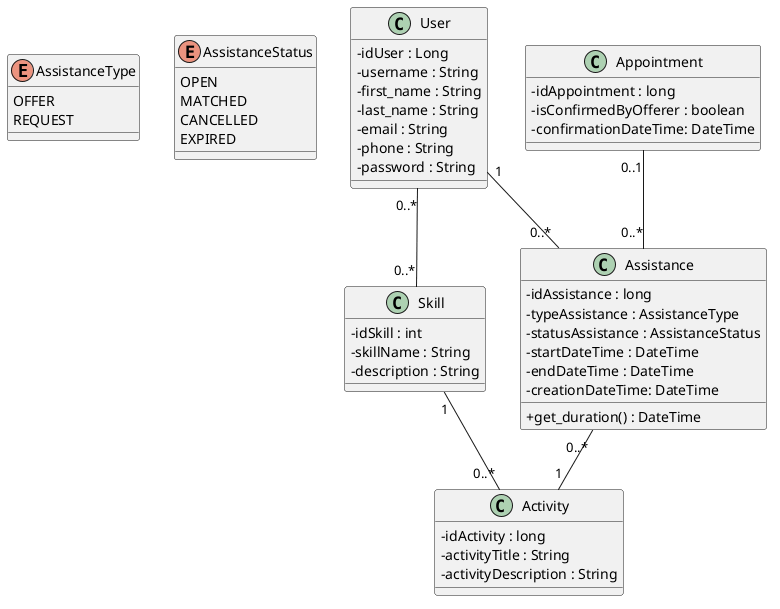
Above: Modelisation/02_CLASS_DIAGRAM/02_Class_Digram.png in albanmartel/SkillsExchange (PlantUML), before the change.
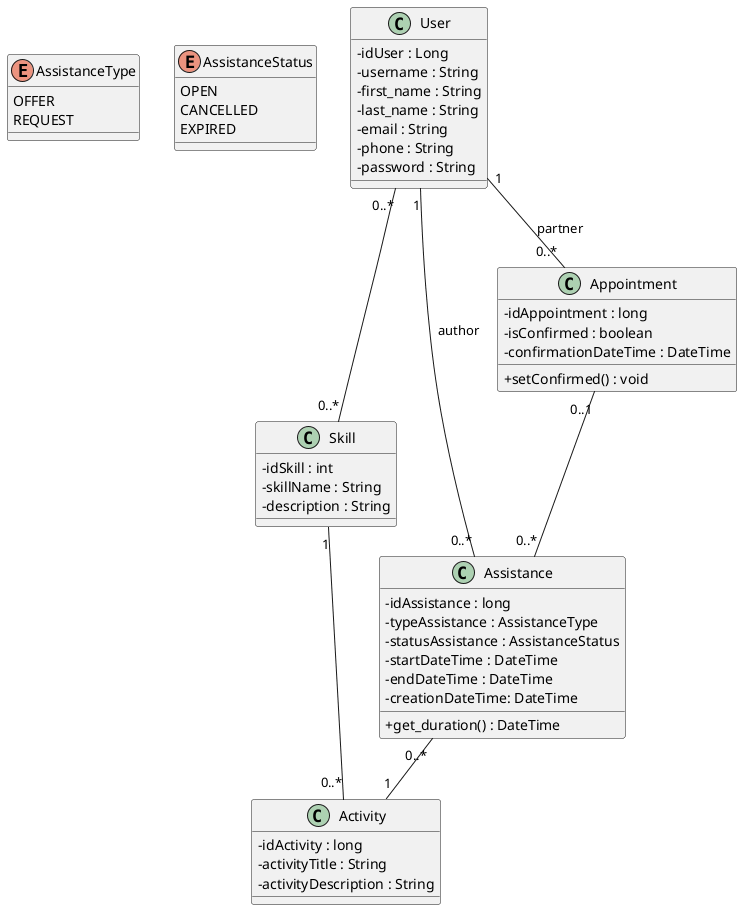
Above is the later version.

Commit message:
CREATE '02_Class_Digram' génération des fichiers alternatifs au code plantuml

What changed in the source:
```diff
@@ -8,7 +8,6 @@
 
 enum AssistanceStatus {
   OPEN
-  MATCHED
   CANCELLED
   EXPIRED
 }
@@ -46,15 +45,17 @@
 }
 
 class Appointment{
-  - idAppointment : long
-  - isConfirmedByOfferer : boolean
-  - confirmationDateTime: DateTime
+- idAppointment : long
+  - isConfirmed : boolean
+  - confirmationDateTime : DateTime
+  + setConfirmed() : void
 }
 
 User "0..*" -- "0..*" Skill
 Skill "1" -- "0..*" Activity
-User "1" -- "0..*" Assistance
 Assistance "0..*" -- "1" Activity
+User "1" -- "0..*" Assistance : author
+User "1" -- "0..*" Appointment : partner
 Appointment "0..1" -- "0..*" Assistance
 
 @enduml
```
